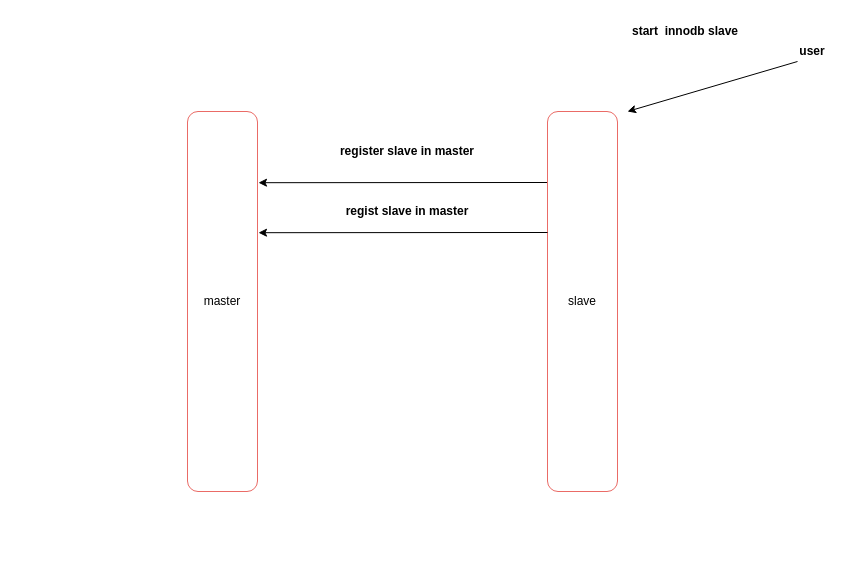
Above: master_slave_communication.drawio in xingyingone/onekv (draw.io), before the change. Source tidied: cells renumbered, new cells numbered last; positions are measured from the earlier drawing's top-left corner, leaving out a move shared by most shapes. Both pictures are drawn from the tidied source at 100%, with x=0, y=0 at pixel (187, 21).
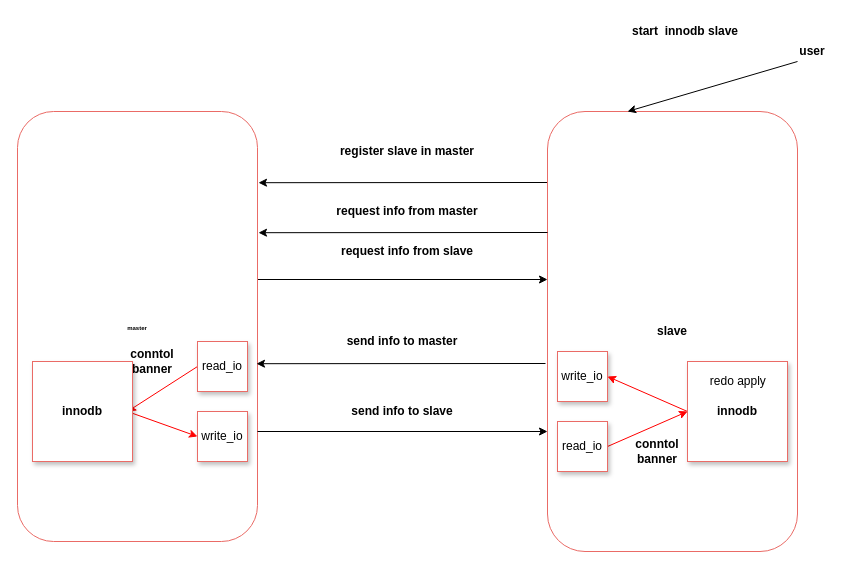
The same diagram, later.

Change to the diagram source:
```diff
@@
+    <mxCell id="11" style="edgeStyle=none;rounded=0;orthogonalLoop=1;jettySize=auto;html=1;exitX=1;exitY=0.5;exitDx=0;exitDy=0;entryX=0;entryY=0.5;entryDx=0;entryDy=0;" parent="1" edge="1">
+      <mxGeometry relative="1" as="geometry">
+        <mxPoint x="70" y="258" as="sourcePoint" />
+        <mxPoint x="360" y="258" as="targetPoint" />
+      </mxGeometry>
+    </mxCell>
-    <mxCell id="2" value="master" style="rounded=1;whiteSpace=wrap;html=1;strokeColor=#EA6B66;" parent="1" vertex="1">
-      <mxGeometry y="90" width="70" height="380" as="geometry" />
+    <mxCell id="2" value="&lt;b&gt;&lt;font style=&quot;font-size: 6px&quot;&gt;master&lt;/font&gt;&lt;/b&gt;" style="rounded=1;whiteSpace=wrap;html=1;strokeColor=#EA6B66;" parent="1" vertex="1">
+      <mxGeometry x="-170" y="90" width="240" height="430" as="geometry" />
     </mxCell>
@@
-    <mxCell id="4" value="slave" style="rounded=1;whiteSpace=wrap;html=1;strokeColor=#EA6B66;" parent="1" vertex="1">
-      <mxGeometry x="360" y="90" width="70" height="380" as="geometry" />
+    <mxCell id="4" value="&lt;b&gt;slave&lt;/b&gt;" style="rounded=1;whiteSpace=wrap;html=1;strokeColor=#EA6B66;" parent="1" vertex="1">
+      <mxGeometry x="360" y="90" width="250" height="440" as="geometry" />
     </mxCell>
@@
-    <mxCell id="10" value="&lt;b&gt;regist slave in master&lt;/b&gt;" style="text;html=1;strokeColor=none;fillColor=none;align=center;verticalAlign=middle;whiteSpace=wrap;rounded=0;shadow=1;" parent="1" vertex="1">
-      <mxGeometry x="150" y="180" width="140" height="20" as="geometry" />
+    <mxCell id="10" value="&lt;b&gt;request info from master&lt;/b&gt;" style="text;html=1;strokeColor=none;fillColor=none;align=center;verticalAlign=middle;whiteSpace=wrap;rounded=0;shadow=1;" parent="1" vertex="1">
+      <mxGeometry x="135" y="180" width="170" height="20" as="geometry" />
     </mxCell>
+    <mxCell id="12" value="&lt;b&gt;request info from slave&lt;/b&gt;" style="text;html=1;strokeColor=none;fillColor=none;align=center;verticalAlign=middle;whiteSpace=wrap;rounded=0;shadow=1;" parent="1" vertex="1">
+      <mxGeometry x="135" y="220" width="170" height="20" as="geometry" />
+    </mxCell>
+    <mxCell id="13" style="edgeStyle=none;rounded=0;jettySize=auto;html=1;exitX=0;exitY=0.5;exitDx=0;exitDy=0;entryX=1;entryY=0.5;entryDx=0;entryDy=0;strokeColor=#FF0000;" parent="1" edge="1" source="14">
+      <mxGeometry relative="1" as="geometry">
+        <mxPoint x="-60" y="390" as="targetPoint" />
+      </mxGeometry>
+    </mxCell>
+    <mxCell id="14" value="read_io" style="whiteSpace=wrap;html=1;shadow=1;strokeColor=#EA6B66;" parent="1" vertex="1">
+      <mxGeometry x="10" y="320" width="50" height="50" as="geometry" />
+    </mxCell>
+    <mxCell id="15" value="write_io" style="whiteSpace=wrap;html=1;shadow=1;strokeColor=#EA6B66;" parent="1" vertex="1">
+      <mxGeometry x="10" y="390" width="50" height="50" as="geometry" />
+    </mxCell>
+    <mxCell id="16" style="edgeStyle=none;rounded=0;jettySize=auto;html=1;exitX=1;exitY=0.5;exitDx=0;exitDy=0;entryX=0;entryY=0.5;entryDx=0;entryDy=0;strokeColor=#FF0000;" parent="1" edge="1" source="17" target="25">
+      <mxGeometry relative="1" as="geometry" />
+    </mxCell>
+    <mxCell id="17" value="read_io" style="whiteSpace=wrap;html=1;shadow=1;strokeColor=#EA6B66;" parent="1" vertex="1">
+      <mxGeometry x="370" y="400" width="50" height="50" as="geometry" />
+    </mxCell>
+    <mxCell id="18" value="write_io" style="whiteSpace=wrap;html=1;shadow=1;strokeColor=#EA6B66;" parent="1" vertex="1">
+      <mxGeometry x="370" y="330" width="50" height="50" as="geometry" />
+    </mxCell>
+    <mxCell id="19" style="edgeStyle=none;rounded=0;orthogonalLoop=1;jettySize=auto;html=1;exitX=0;exitY=0.5;exitDx=0;exitDy=0;entryX=1.014;entryY=0.332;entryDx=0;entryDy=0;entryPerimeter=0;" parent="1" edge="1">
+      <mxGeometry relative="1" as="geometry">
+        <mxPoint x="358" y="342" as="sourcePoint" />
+        <mxPoint x="69" y="342.2" as="targetPoint" />
+      </mxGeometry>
+    </mxCell>
+    <mxCell id="20" style="edgeStyle=none;rounded=0;orthogonalLoop=1;jettySize=auto;html=1;exitX=1;exitY=0.5;exitDx=0;exitDy=0;entryX=0;entryY=0.5;entryDx=0;entryDy=0;" parent="1" edge="1">
+      <mxGeometry relative="1" as="geometry">
+        <mxPoint x="70" y="410" as="sourcePoint" />
+        <mxPoint x="360" y="410" as="targetPoint" />
+      </mxGeometry>
+    </mxCell>
+    <mxCell id="21" value="&lt;b&gt;send info to master&lt;/b&gt;" style="text;html=1;strokeColor=none;fillColor=none;align=center;verticalAlign=middle;whiteSpace=wrap;rounded=0;shadow=1;" parent="1" vertex="1">
+      <mxGeometry x="150" y="310" width="130" height="20" as="geometry" />
+    </mxCell>
+    <mxCell id="22" value="&lt;b&gt;send info to slave&lt;/b&gt;" style="text;html=1;strokeColor=none;fillColor=none;align=center;verticalAlign=middle;whiteSpace=wrap;rounded=0;shadow=1;" parent="1" vertex="1">
+      <mxGeometry x="150" y="380" width="130" height="20" as="geometry" />
+    </mxCell>
+    <mxCell id="23" style="edgeStyle=none;rounded=0;jettySize=auto;html=1;exitX=1;exitY=0.5;exitDx=0;exitDy=0;entryX=0;entryY=0.5;entryDx=0;entryDy=0;fillColor=#FF0000;strokeColor=#FF0000;" parent="1" edge="1" target="15">
+      <mxGeometry relative="1" as="geometry">
+        <mxPoint x="-60" y="390" as="sourcePoint" />
+      </mxGeometry>
+    </mxCell>
+    <mxCell id="24" style="edgeStyle=none;rounded=0;jettySize=auto;html=1;exitX=0;exitY=0.5;exitDx=0;exitDy=0;entryX=1;entryY=0.5;entryDx=0;entryDy=0;strokeColor=#FF0000;" parent="1" edge="1" source="25" target="18">
+      <mxGeometry relative="1" as="geometry" />
+    </mxCell>
+    <mxCell id="25" value="&lt;b&gt;innodb&lt;/b&gt;" style="whiteSpace=wrap;html=1;shadow=1;strokeColor=#EA6B66;" parent="1" vertex="1">
+      <mxGeometry x="500" y="340" width="100" height="100" as="geometry" />
+    </mxCell>
+    <mxCell id="26" value="&lt;b&gt;conntol banner&lt;/b&gt;" style="text;html=1;strokeColor=none;fillColor=none;align=center;verticalAlign=middle;whiteSpace=wrap;rounded=0;shadow=1;" parent="1" vertex="1">
+      <mxGeometry x="-55" y="330" width="40" height="20" as="geometry" />
+    </mxCell>
+    <mxCell id="27" value="&lt;b&gt;conntol banner&lt;/b&gt;" style="text;html=1;strokeColor=none;fillColor=none;align=center;verticalAlign=middle;whiteSpace=wrap;rounded=0;shadow=1;" parent="1" vertex="1">
+      <mxGeometry x="450" y="420" width="40" height="20" as="geometry" />
+    </mxCell>
+    <mxCell id="28" value="redo apply&amp;nbsp;" style="text;html=1;strokeColor=none;fillColor=none;align=center;verticalAlign=middle;whiteSpace=wrap;rounded=0;shadow=1;" parent="1" vertex="1">
+      <mxGeometry x="515" y="350" width="75" height="20" as="geometry" />
+    </mxCell>
+    <mxCell id="29" value="&lt;b&gt;innodb&lt;/b&gt;" style="whiteSpace=wrap;html=1;shadow=1;strokeColor=#EA6B66;" parent="1" vertex="1">
+      <mxGeometry x="-155" y="340" width="100" height="100" as="geometry" />
+    </mxCell>
```
